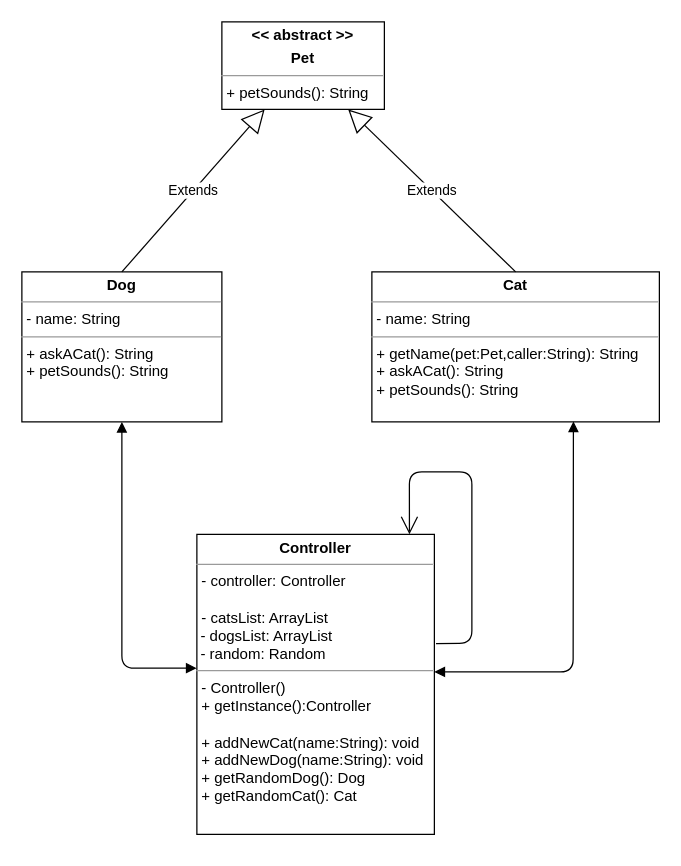
Earlier version of the draw.io diagram AskACat.drawio (MildaAe/05b_Singleton_II). Source tidied: cells renumbered, new cells numbered last; positions are measured from the earlier drawing's top-left corner, leaving out a move shared by most shapes. Both pictures are drawn from the tidied source at 125%, with x=0, y=0 at pixel (21, 21).
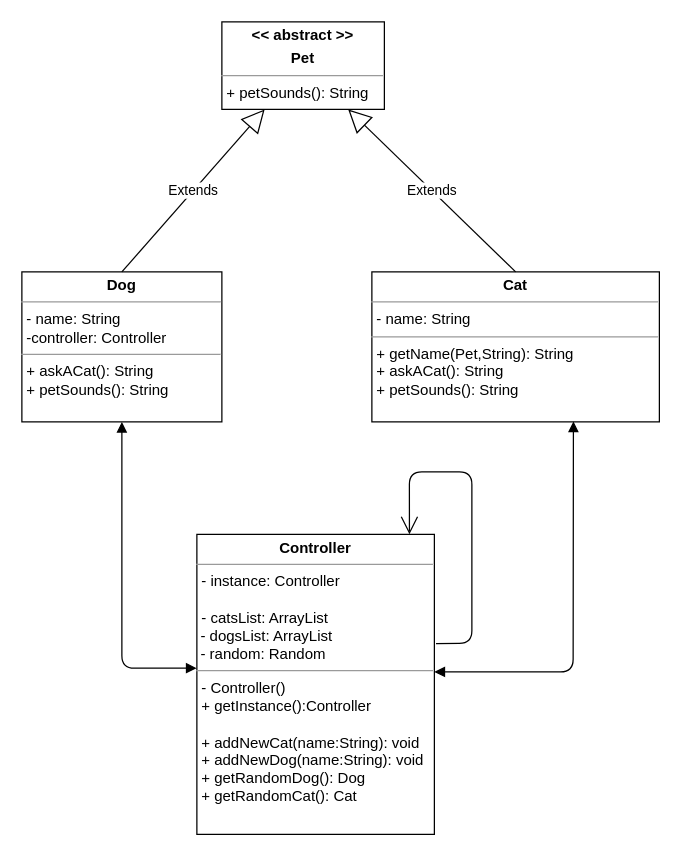
After the change.

The edit, as a diff of the source:
```diff
@@
 <mxGraphModel>
   <root>
     <mxCell id="0" />
     <mxCell id="1" parent="0" />
-    <mxCell id="2" value="&lt;p style=&quot;margin: 0px ; margin-top: 4px ; text-align: center&quot;&gt;&lt;b&gt;Cat&lt;/b&gt;&lt;/p&gt;&lt;hr size=&quot;1&quot;&gt;&lt;p style=&quot;margin: 0px ; margin-left: 4px&quot;&gt;- name: String&lt;/p&gt;&lt;hr size=&quot;1&quot;&gt;&lt;p style=&quot;margin: 0px ; margin-left: 4px&quot;&gt;&lt;span&gt;+ getName(pet:Pet,caller:String): String&lt;/span&gt;&lt;br&gt;&lt;/p&gt;&lt;p style=&quot;margin: 0px ; margin-left: 4px&quot;&gt;+ askACat(): String&lt;br&gt;&lt;/p&gt;&lt;p style=&quot;margin: 0px ; margin-left: 4px&quot;&gt;+ petSounds(): String&lt;br&gt;&lt;/p&gt;" style="verticalAlign=top;align=left;overflow=fill;fontSize=12;fontFamily=Helvetica;html=1;" parent="1" vertex="1">
+    <mxCell id="2" value="&lt;p style=&quot;margin: 0px ; margin-top: 4px ; text-align: center&quot;&gt;&lt;b&gt;Cat&lt;/b&gt;&lt;/p&gt;&lt;hr size=&quot;1&quot;&gt;&lt;p style=&quot;margin: 0px ; margin-left: 4px&quot;&gt;- name: String&lt;/p&gt;&lt;hr size=&quot;1&quot;&gt;&lt;p style=&quot;margin: 0px ; margin-left: 4px&quot;&gt;&lt;span&gt;+ getName(Pet,String): String&lt;/span&gt;&lt;br&gt;&lt;/p&gt;&lt;p style=&quot;margin: 0px ; margin-left: 4px&quot;&gt;+ askACat(): String&lt;br&gt;&lt;/p&gt;&lt;p style=&quot;margin: 0px ; margin-left: 4px&quot;&gt;+ petSounds(): String&lt;br&gt;&lt;/p&gt;" style="verticalAlign=top;align=left;overflow=fill;fontSize=12;fontFamily=Helvetica;html=1;" parent="1" vertex="1">
       <mxGeometry x="280" y="200" width="230" height="120" as="geometry" />
     </mxCell>
     <mxCell id="3" style="edgeStyle=none;html=1;exitX=0.5;exitY=1;exitDx=0;exitDy=0;" parent="1" edge="1" source="4">
       <mxGeometry relative="1" as="geometry">
         <mxPoint x="235" y="640" as="targetPoint" />
       </mxGeometry>
     </mxCell>
-    <mxCell id="4" value="&lt;p style=&quot;margin: 0px ; margin-top: 4px ; text-align: center&quot;&gt;&lt;b&gt;Controller&lt;/b&gt;&lt;br&gt;&lt;/p&gt;&lt;hr size=&quot;1&quot;&gt;&lt;p style=&quot;margin: 0px ; margin-left: 4px&quot;&gt;- controller: Controller&lt;/p&gt;&lt;p style=&quot;margin: 0px ; margin-left: 4px&quot;&gt;&lt;u&gt;&lt;br&gt;&lt;/u&gt;&lt;/p&gt;&lt;p style=&quot;margin: 0px ; margin-left: 4px&quot;&gt;- catsList: ArrayList&lt;/p&gt;&amp;nbsp;- dogsList: ArrayList&lt;br&gt;&amp;nbsp;- random: Random&lt;br&gt;&lt;hr size=&quot;1&quot;&gt;&lt;p style=&quot;margin: 0px ; margin-left: 4px&quot;&gt;- Controller()&lt;/p&gt;&lt;p style=&quot;margin: 0px ; margin-left: 4px&quot;&gt;+ getInstance():Controller&lt;/p&gt;&lt;p style=&quot;margin: 0px ; margin-left: 4px&quot;&gt;&lt;br&gt;&lt;/p&gt;&lt;p style=&quot;margin: 0px ; margin-left: 4px&quot;&gt;+ addNewCat(name:String): void&lt;/p&gt;&lt;p style=&quot;margin: 0px ; margin-left: 4px&quot;&gt;+ addNewDog(name:String): void&lt;br&gt;&lt;/p&gt;&lt;p style=&quot;margin: 0px ; margin-left: 4px&quot;&gt;+ getRandomDog(): Dog&lt;br&gt;&lt;/p&gt;&lt;p style=&quot;margin: 0px ; margin-left: 4px&quot;&gt;+ getRandomCat(): Cat&lt;/p&gt;&lt;p style=&quot;margin: 0px ; margin-left: 4px&quot;&gt;&lt;br&gt;&lt;/p&gt;" style="verticalAlign=top;align=left;overflow=fill;fontSize=12;fontFamily=Helvetica;html=1;" parent="1" vertex="1">
+    <mxCell id="4" value="&lt;p style=&quot;margin: 0px ; margin-top: 4px ; text-align: center&quot;&gt;&lt;b&gt;Controller&lt;/b&gt;&lt;br&gt;&lt;/p&gt;&lt;hr size=&quot;1&quot;&gt;&lt;p style=&quot;margin: 0px ; margin-left: 4px&quot;&gt;- instance: Controller&lt;/p&gt;&lt;p style=&quot;margin: 0px ; margin-left: 4px&quot;&gt;&lt;u&gt;&lt;br&gt;&lt;/u&gt;&lt;/p&gt;&lt;p style=&quot;margin: 0px ; margin-left: 4px&quot;&gt;- catsList: ArrayList&lt;/p&gt;&amp;nbsp;- dogsList: ArrayList&lt;br&gt;&amp;nbsp;- random: Random&lt;br&gt;&lt;hr size=&quot;1&quot;&gt;&lt;p style=&quot;margin: 0px ; margin-left: 4px&quot;&gt;- Controller()&lt;/p&gt;&lt;p style=&quot;margin: 0px ; margin-left: 4px&quot;&gt;+ getInstance():Controller&lt;/p&gt;&lt;p style=&quot;margin: 0px ; margin-left: 4px&quot;&gt;&lt;br&gt;&lt;/p&gt;&lt;p style=&quot;margin: 0px ; margin-left: 4px&quot;&gt;+ addNewCat(name:String): void&lt;/p&gt;&lt;p style=&quot;margin: 0px ; margin-left: 4px&quot;&gt;+ addNewDog(name:String): void&lt;br&gt;&lt;/p&gt;&lt;p style=&quot;margin: 0px ; margin-left: 4px&quot;&gt;+ getRandomDog(): Dog&lt;br&gt;&lt;/p&gt;&lt;p style=&quot;margin: 0px ; margin-left: 4px&quot;&gt;+ getRandomCat(): Cat&lt;/p&gt;&lt;p style=&quot;margin: 0px ; margin-left: 4px&quot;&gt;&lt;br&gt;&lt;/p&gt;" style="verticalAlign=top;align=left;overflow=fill;fontSize=12;fontFamily=Helvetica;html=1;" parent="1" vertex="1">
       <mxGeometry x="140" y="410" width="190" height="240" as="geometry" />
     </mxCell>
-    <mxCell id="5" value="&lt;p style=&quot;margin: 0px ; margin-top: 4px ; text-align: center&quot;&gt;&lt;b&gt;Dog&lt;/b&gt;&lt;/p&gt;&lt;hr size=&quot;1&quot;&gt;&lt;p style=&quot;margin: 0px ; margin-left: 4px&quot;&gt;- name: String&lt;/p&gt;&lt;hr size=&quot;1&quot;&gt;&lt;p style=&quot;margin: 0px ; margin-left: 4px&quot;&gt;&lt;span&gt;+ askACat(): String&lt;/span&gt;&lt;br&gt;&lt;/p&gt;&lt;p style=&quot;margin: 0px ; margin-left: 4px&quot;&gt;+ petSounds(): String&lt;/p&gt;" style="verticalAlign=top;align=left;overflow=fill;fontSize=12;fontFamily=Helvetica;html=1;" parent="1" vertex="1">
+    <mxCell id="5" value="&lt;p style=&quot;margin: 0px ; margin-top: 4px ; text-align: center&quot;&gt;&lt;b&gt;Dog&lt;/b&gt;&lt;/p&gt;&lt;hr size=&quot;1&quot;&gt;&lt;p style=&quot;margin: 0px ; margin-left: 4px&quot;&gt;- name: String&lt;/p&gt;&lt;p style=&quot;margin: 0px ; margin-left: 4px&quot;&gt;-controller: Controller&lt;/p&gt;&lt;hr size=&quot;1&quot;&gt;&lt;p style=&quot;margin: 0px ; margin-left: 4px&quot;&gt;&lt;span&gt;+ askACat(): String&lt;/span&gt;&lt;br&gt;&lt;/p&gt;&lt;p style=&quot;margin: 0px ; margin-left: 4px&quot;&gt;+ petSounds(): String&lt;/p&gt;" style="verticalAlign=top;align=left;overflow=fill;fontSize=12;fontFamily=Helvetica;html=1;" parent="1" vertex="1">
       <mxGeometry y="200" width="160" height="120" as="geometry" />
     </mxCell>
     <mxCell id="6" value="&lt;p style=&quot;margin: 0px ; margin-top: 4px ; text-align: center&quot;&gt;&lt;b&gt;&amp;lt;&amp;lt; abstract &amp;gt;&amp;gt;&lt;/b&gt;&lt;/p&gt;&lt;p style=&quot;margin: 0px ; margin-top: 4px ; text-align: center&quot;&gt;&lt;b&gt;Pet&lt;/b&gt;&lt;/p&gt;&lt;hr size=&quot;1&quot;&gt;&lt;p style=&quot;margin: 0px ; margin-left: 4px&quot;&gt;&lt;span&gt;+ petSounds(): String&lt;/span&gt;&lt;br&gt;&lt;/p&gt;" style="verticalAlign=top;align=left;overflow=fill;fontSize=12;fontFamily=Helvetica;html=1;" parent="1" vertex="1">
       <mxGeometry x="160" width="130" height="70" as="geometry" />
     </mxCell>
     <mxCell id="7" value="Extends" style="endArrow=block;endSize=16;endFill=0;html=1;exitX=0.5;exitY=0;exitDx=0;exitDy=0;" parent="1" edge="1" source="2" target="6">
       <mxGeometry relative="1" as="geometry" />
     </mxCell>
     <mxCell id="8" value="Extends" style="endArrow=block;endSize=16;endFill=0;html=1;exitX=0.5;exitY=0;exitDx=0;exitDy=0;" parent="1" edge="1" source="5" target="6">
       <mxGeometry relative="1" as="geometry" />
     </mxCell>
     <mxCell id="9" style="endArrow=open;endFill=1;endSize=12;html=1;exitX=1.007;exitY=0.364;exitDx=0;exitDy=0;exitPerimeter=0;entryX=0.895;entryY=0;entryDx=0;entryDy=0;entryPerimeter=0;" parent="1" edge="1" source="4" target="4">
       <mxGeometry relative="1" as="geometry">
         <Array as="points">
           <mxPoint x="360" y="497" />
           <mxPoint x="360" y="360" />
           <mxPoint x="310" y="360" />
         </Array>
       </mxGeometry>
     </mxCell>
     <mxCell id="10" style="endArrow=block;startArrow=block;endFill=1;startFill=1;html=1;entryX=0.5;entryY=1;entryDx=0;entryDy=0;exitX=-0.001;exitY=0.446;exitDx=0;exitDy=0;exitPerimeter=0;" parent="1" edge="1" source="4" target="5">
       <mxGeometry relative="1" as="geometry">
         <Array as="points">
           <mxPoint x="80" y="517" />
         </Array>
       </mxGeometry>
     </mxCell>
     <mxCell id="11" style="endArrow=block;startArrow=block;endFill=1;startFill=1;html=1;entryX=0.701;entryY=0.997;entryDx=0;entryDy=0;entryPerimeter=0;" parent="1" edge="1" target="2">
       <mxGeometry relative="1" as="geometry">
         <mxPoint x="330" y="520" as="sourcePoint" />
         <Array as="points">
           <mxPoint x="441" y="520" />
         </Array>
       </mxGeometry>
     </mxCell>
   </root>
 </mxGraphModel>
```
